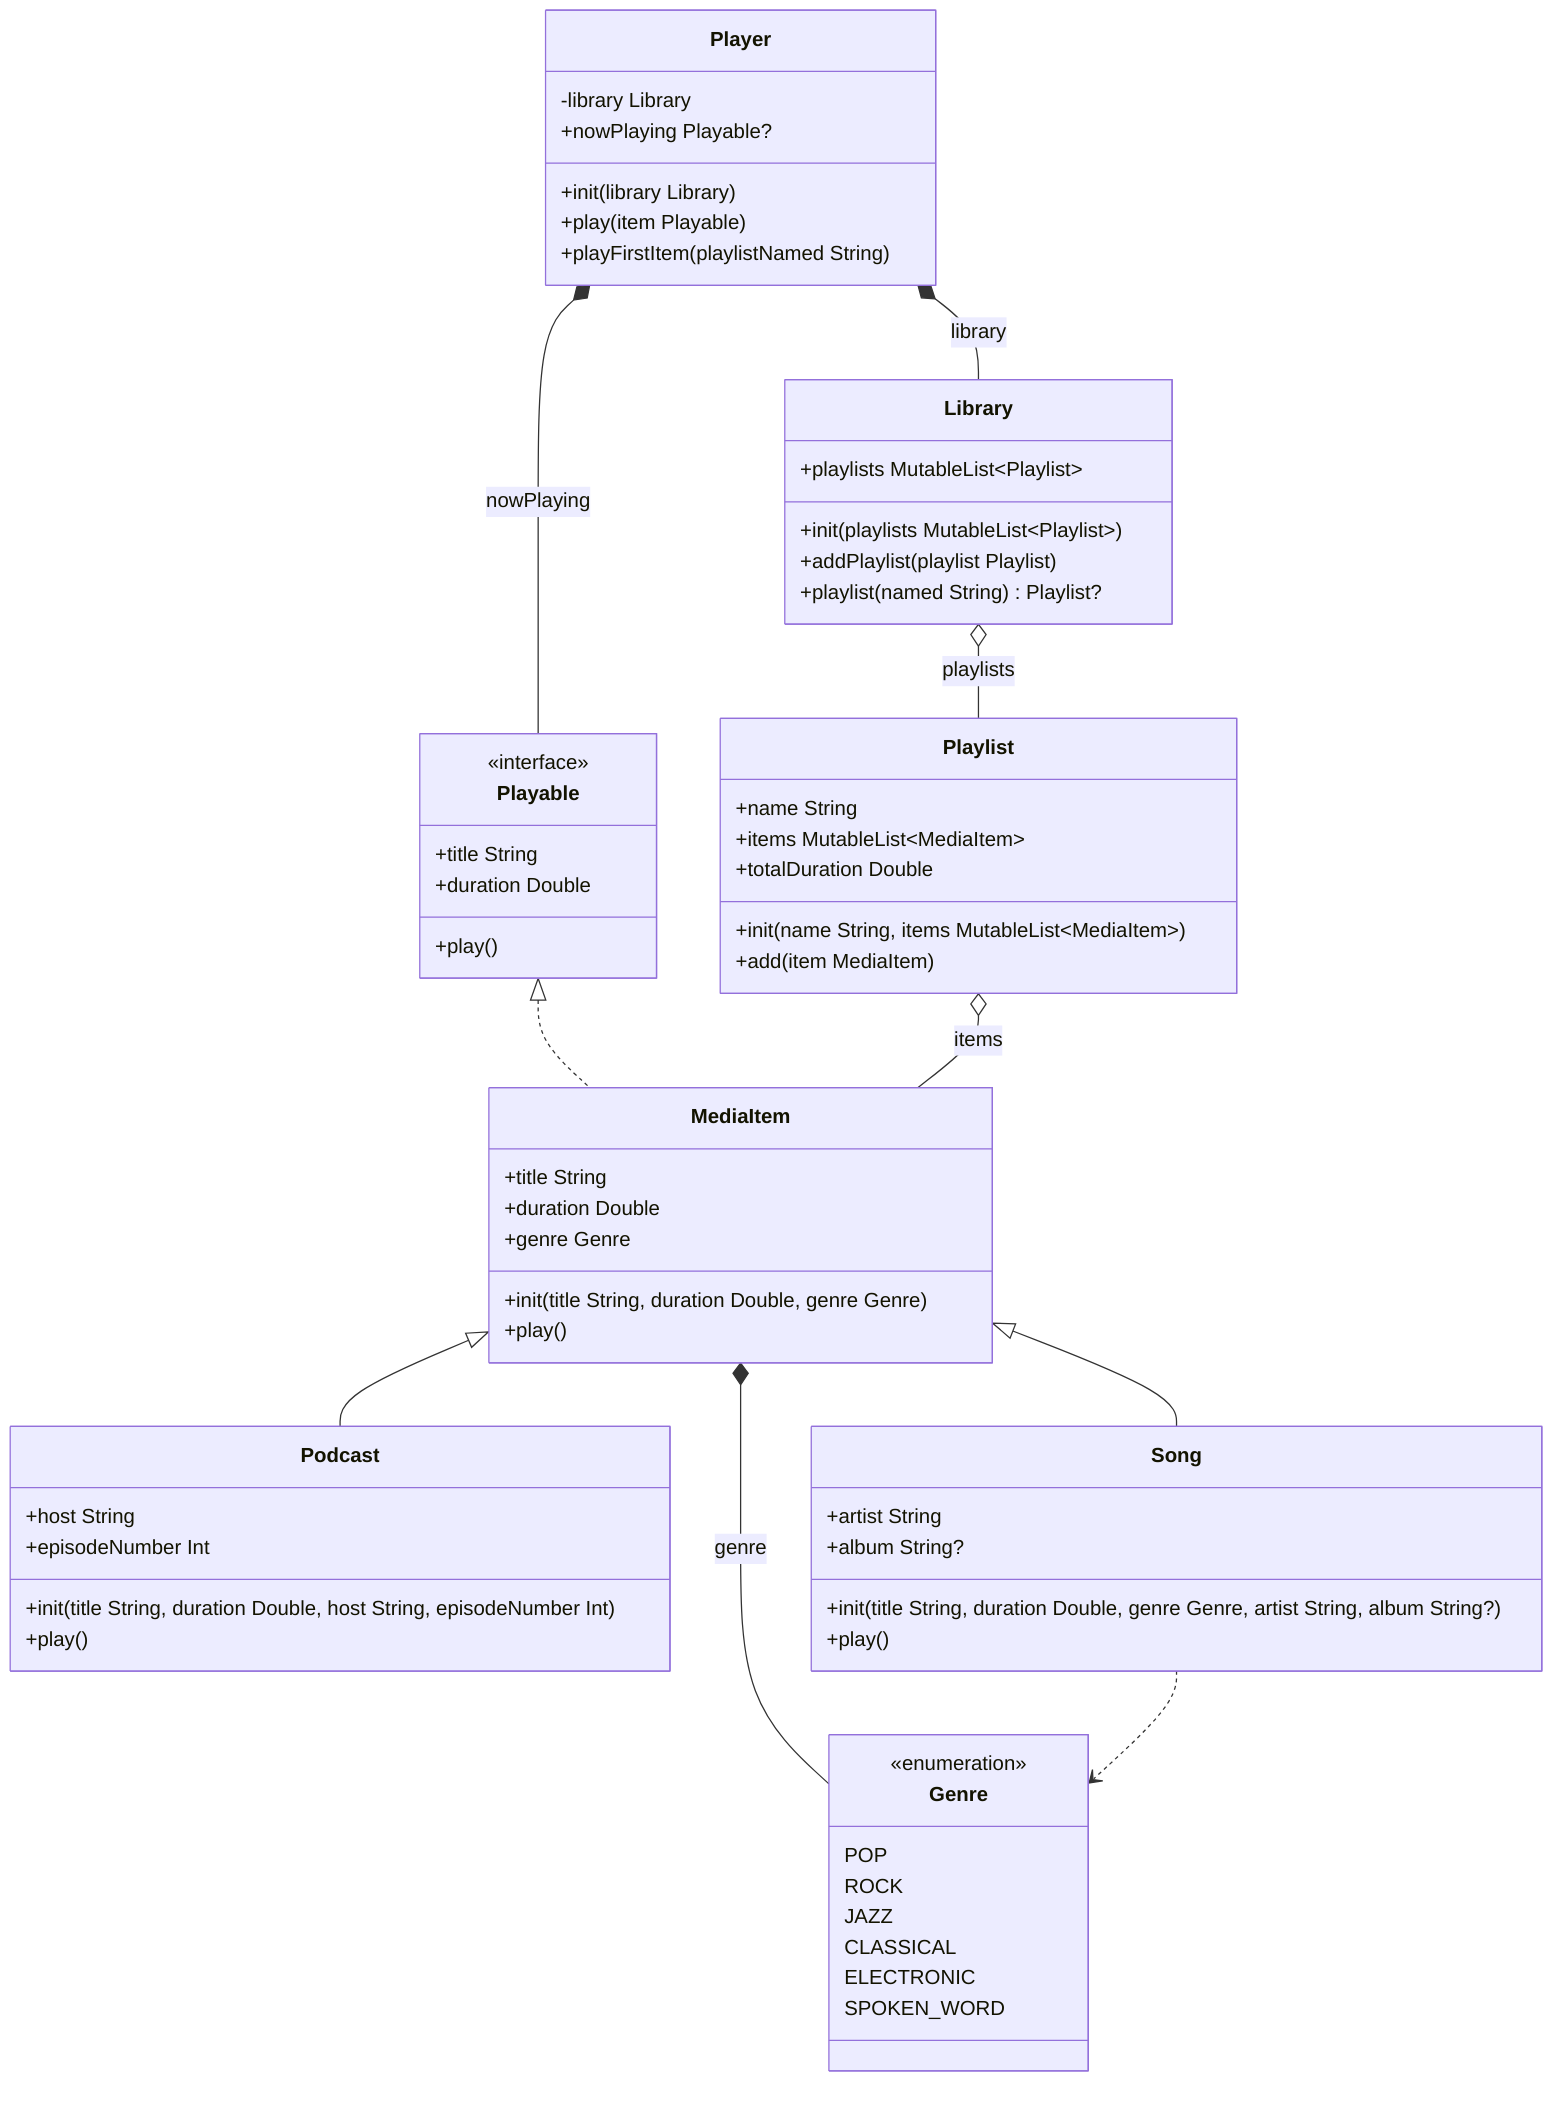
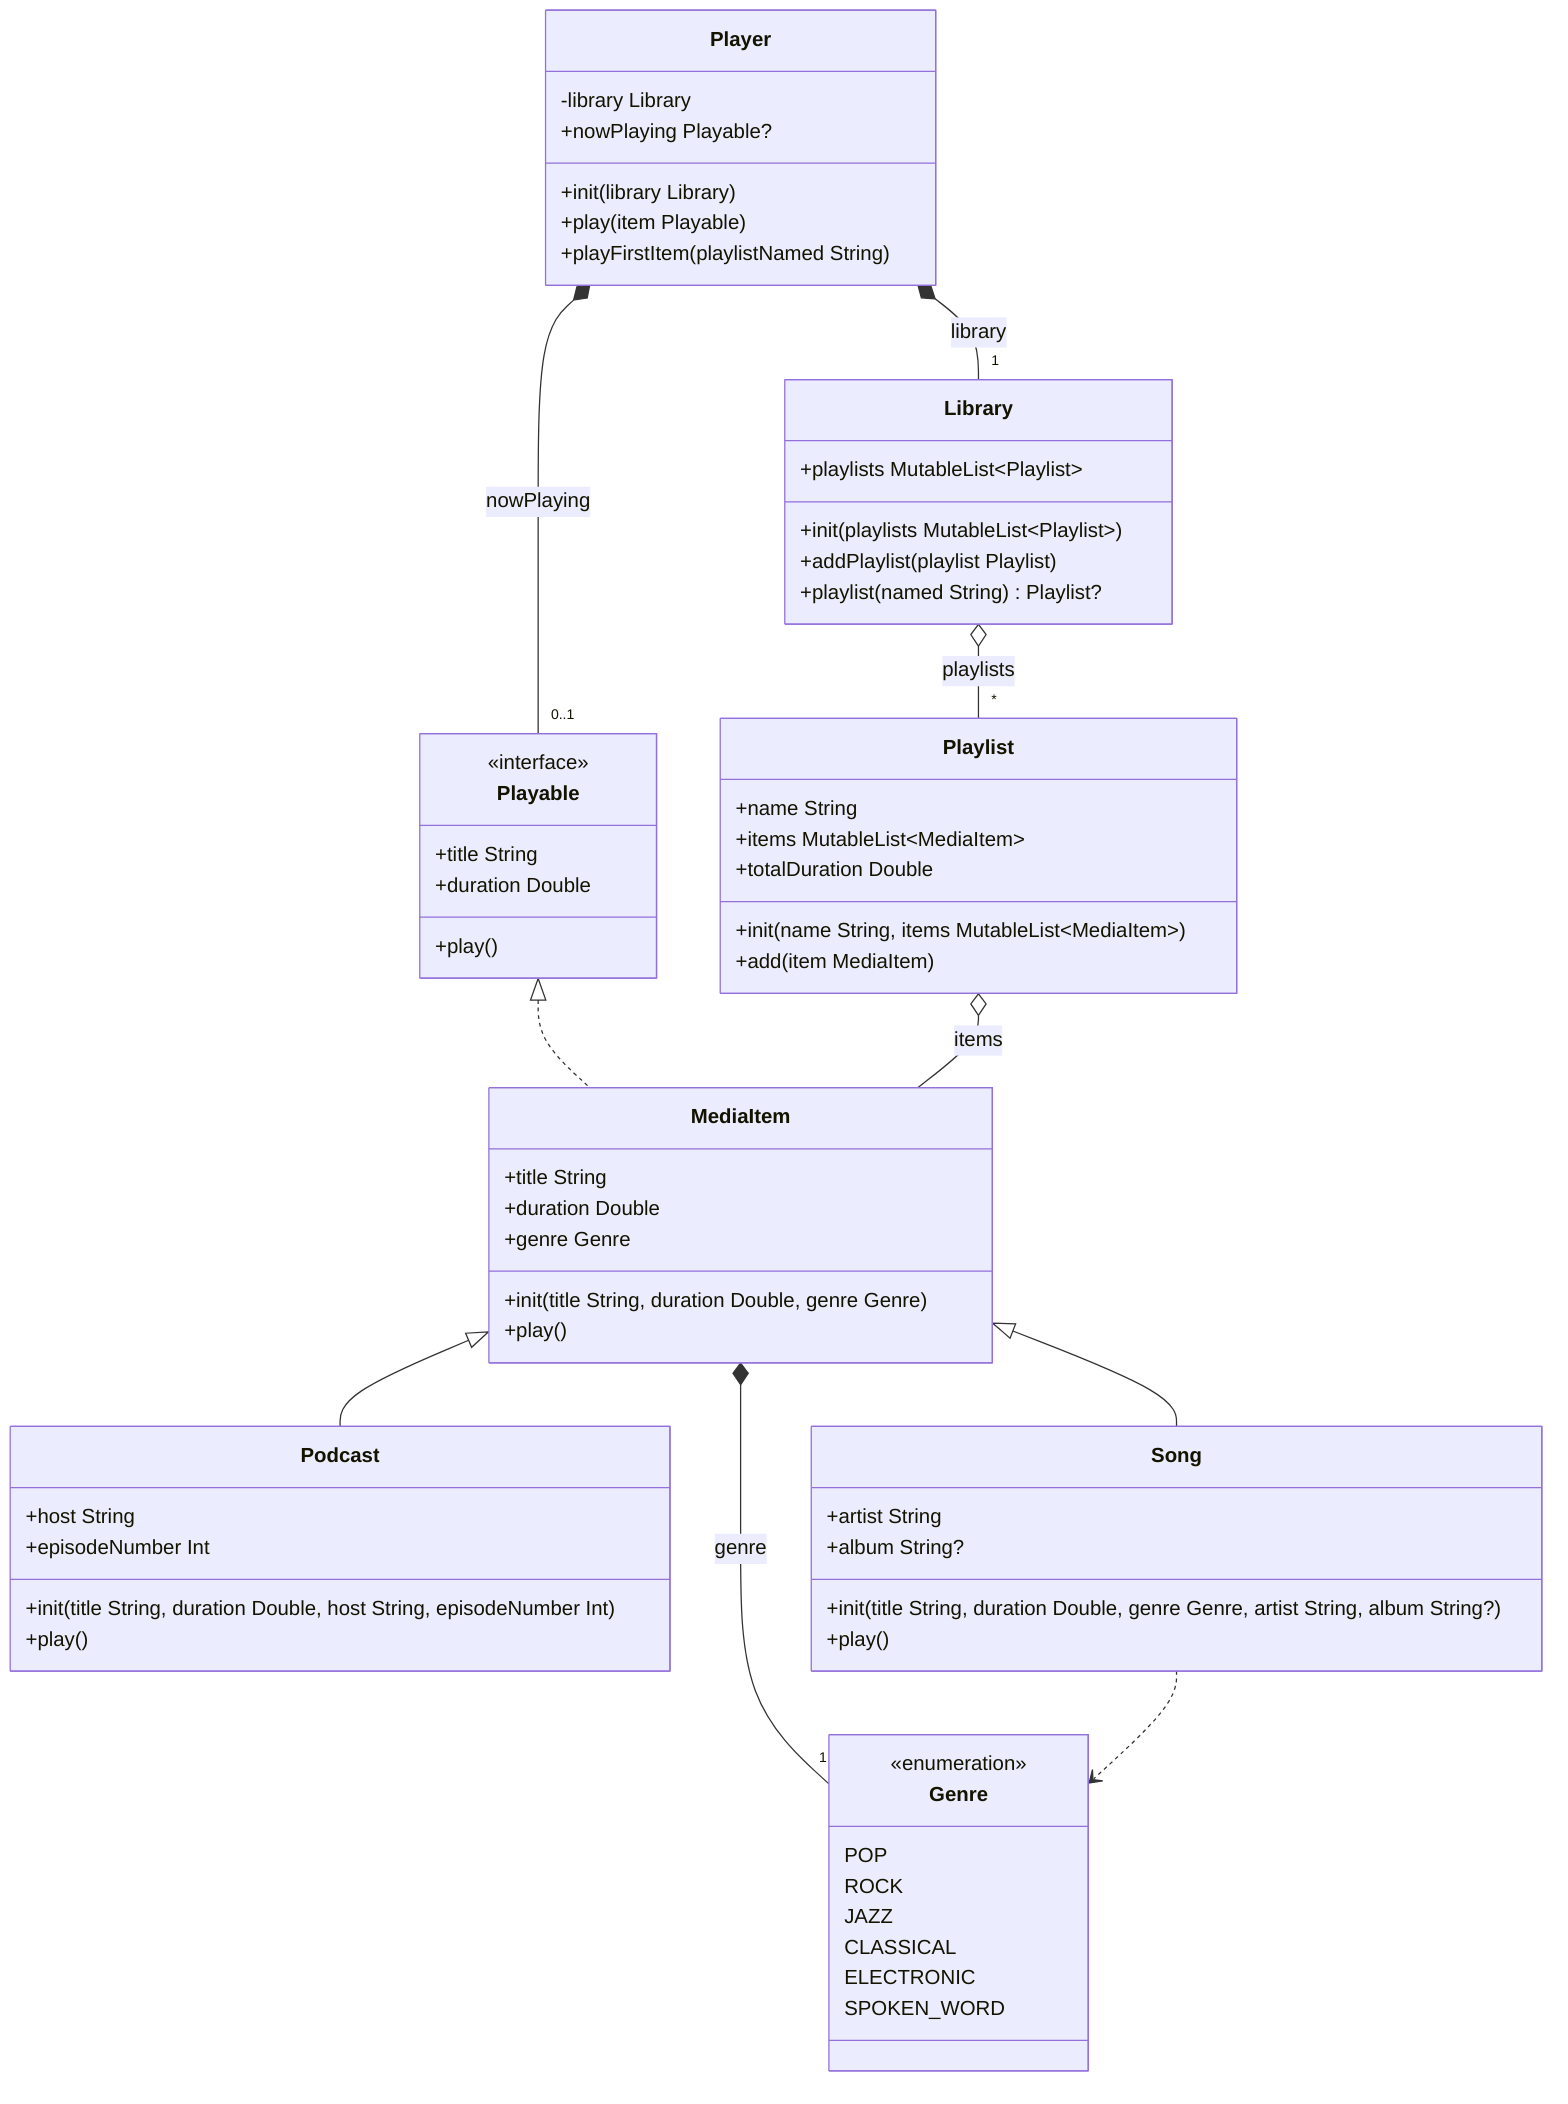
classDiagram
    class medialibrary_Library["Library"] {
        +playlists MutableList~Playlist~
        +init(playlists MutableList~Playlist~)
        +addPlaylist(playlist Playlist)
        +playlist(named String) Playlist?
    }
    class medialibrary_MediaItem["MediaItem"] {
        +title String
        +duration Double
        +genre Genre
        +init(title String, duration Double, genre Genre)
        +play()
    }
    class medialibrary_Playable["Playable"] {
        <<interface>>
        +title String
        +duration Double
        +play()
    }
    class medialibrary_Genre["Genre"] {
        <<enumeration>>
        POP
        ROCK
        JAZZ
        CLASSICAL
        ELECTRONIC
        SPOKEN_WORD
    }
    class medialibrary_Player["Player"] {
        -library Library
        +nowPlaying Playable?
        +init(library Library)
        +play(item Playable)
        +playFirstItem(playlistNamed String)
    }
    class medialibrary_Playlist["Playlist"] {
        +name String
        +items MutableList~MediaItem~
        +totalDuration Double
        +init(name String, items MutableList~MediaItem~)
        +add(item MediaItem)
    }
    class medialibrary_Podcast["Podcast"] {
        +host String
        +episodeNumber Int
        +init(title String, duration Double, host String, episodeNumber Int)
        +play()
    }
    class medialibrary_Song["Song"] {
        +artist String
        +album String?
        +init(title String, duration Double, genre Genre, artist String, album String?)
        +play()
    }
    medialibrary_Playable <|.. medialibrary_MediaItem
    medialibrary_MediaItem <|-- medialibrary_Podcast
    medialibrary_MediaItem <|-- medialibrary_Song
-     medialibrary_Library o-- medialibrary_Playlist : playlists
-     medialibrary_MediaItem *-- medialibrary_Genre : genre
-     medialibrary_Player *-- medialibrary_Library : library
-     medialibrary_Player *-- medialibrary_Playable : nowPlaying
-     medialibrary_Playlist o-- medialibrary_MediaItem : items
+     medialibrary_Library o-- "*" medialibrary_Playlist : playlists
+     medialibrary_MediaItem *-- "1" medialibrary_Genre : genre
+     medialibrary_Player *-- "1" medialibrary_Library : library
+     medialibrary_Player *-- "0..1" medialibrary_Playable : nowPlaying
+     medialibrary_Playlist o-- "*" medialibrary_MediaItem : items
    medialibrary_Song ..> medialibrary_Genre
